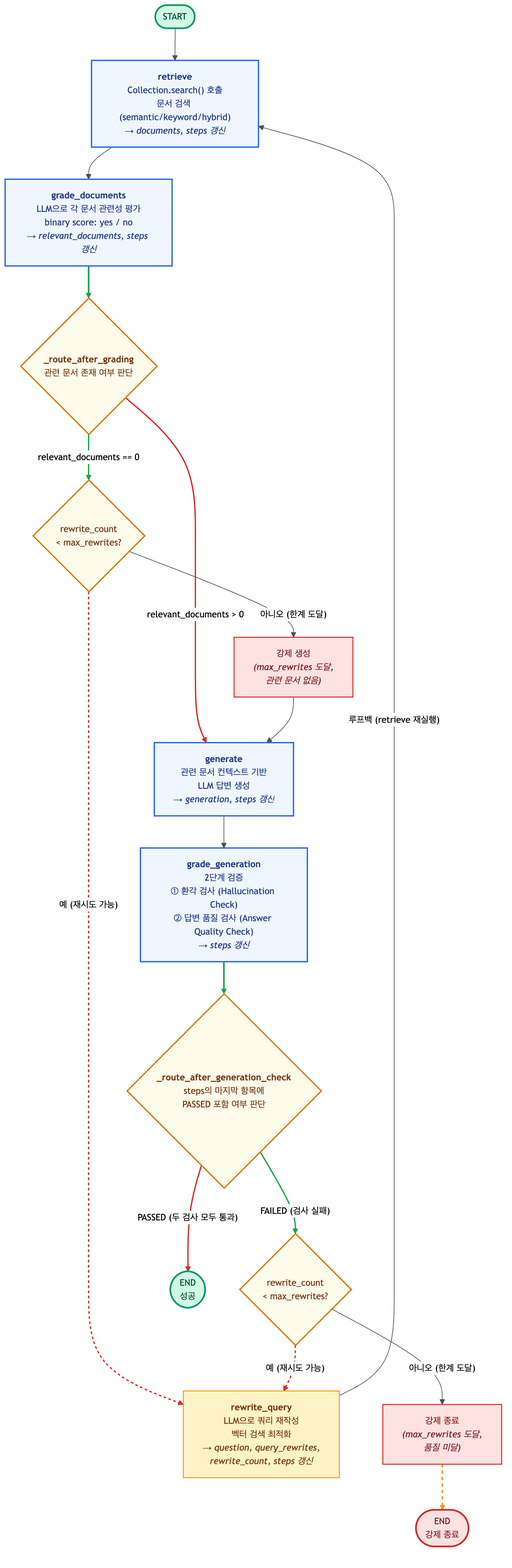
Earlier version of the Mermaid export docs/2.graph_execution_flow.png (junghyunJJ/sgcp-rag). Its source is kept beside it as docs/2.graph_execution_flow.mermaid. Source of this version:
```mermaid
%%{init: {'theme': 'neutral', 'themeVariables': {'primaryColor': '#f8f9fa', 'primaryBorderColor': '#495057', 'lineColor': '#495057', 'fontSize': '14px'}}}%%
flowchart TD
    START(["START"])

    RETRIEVE["<b>retrieve</b><br/>Collection.search() 호출<br/>문서 검색 (semantic/keyword/hybrid)<br/><i>→ documents, steps 갱신</i>"]

    GRADE_DOCS["<b>grade_documents</b><br/>LLM으로 각 문서 관련성 평가<br/>binary score: yes / no<br/><i>→ relevant_documents, steps 갱신</i>"]

    ROUTE_GRADE{"<b>_route_after_grading</b><br/>관련 문서 존재 여부 판단"}

    REWRITE["<b>rewrite_query</b><br/>LLM으로 쿼리 재작성<br/>벡터 검색 최적화<br/><i>→ question, query_rewrites,<br/>rewrite_count, steps 갱신</i>"]

    GENERATE["<b>generate</b><br/>관련 문서 컨텍스트 기반<br/>LLM 답변 생성<br/><i>→ generation, steps 갱신</i>"]

    GRADE_GEN["<b>grade_generation</b><br/>2단계 검증<br/>① 환각 검사 (Hallucination Check)<br/>② 답변 품질 검사 (Answer Quality Check)<br/><i>→ steps 갱신</i>"]

    ROUTE_GEN{"<b>_route_after_generation_check</b><br/>steps의 마지막 항목에<br/>PASSED 포함 여부 판단"}

    MAXCHECK_GRADE{"rewrite_count<br/>< max_rewrites?"}
    MAXCHECK_GEN{"rewrite_count<br/>< max_rewrites?"}

    FORCED_GEN["강제 생성<br/><i>(max_rewrites 도달,<br/>관련 문서 없음)</i>"]

    FORCED_END["강제 종료<br/><i>(max_rewrites 도달,<br/>품질 미달)</i>"]

    END_OK(["END<br/>성공"])
    END_FORCED(["END<br/>강제 종료"])

    START --> RETRIEVE
    RETRIEVE --> GRADE_DOCS
    GRADE_DOCS --> ROUTE_GRADE

    ROUTE_GRADE -->|"relevant_documents > 0"| GENERATE
    ROUTE_GRADE -->|"relevant_documents == 0"| MAXCHECK_GRADE

    MAXCHECK_GRADE -->|"예 (재시도 가능)"| REWRITE
    MAXCHECK_GRADE -->|"아니오 (한계 도달)"| FORCED_GEN

    FORCED_GEN --> GENERATE
    GENERATE --> GRADE_GEN
    GRADE_GEN --> ROUTE_GEN

    ROUTE_GEN -->|"PASSED (두 검사 모두 통과)"| END_OK
    ROUTE_GEN -->|"FAILED (검사 실패)"| MAXCHECK_GEN

    MAXCHECK_GEN -->|"예 (재시도 가능)"| REWRITE
    MAXCHECK_GEN -->|"아니오 (한계 도달)"| FORCED_END
    FORCED_END --> END_FORCED

    REWRITE -->|"루프백 (retrieve 재실행)"| RETRIEVE

    classDef startEnd fill:#d1fae5,stroke:#059669,stroke-width:2.5px,color:#064e3b
    classDef nodeStyle fill:#eff6ff,stroke:#2563eb,stroke-width:2px,color:#1e3a8a
    classDef decisionStyle fill:#fffbeb,stroke:#d97706,stroke-width:2px,color:#78350f
    classDef retryStyle fill:#fef3c7,stroke:#f59e0b,stroke-width:1.5px,color:#78350f
    classDef forcedStyle fill:#fee2e2,stroke:#dc2626,stroke-width:1.5px,color:#7f1d1d
    classDef endFail fill:#fee2e2,stroke:#dc2626,stroke-width:2.5px,color:#7f1d1d

    class START,END_OK startEnd
    class RETRIEVE,GRADE_DOCS,GENERATE,GRADE_GEN nodeStyle
    class ROUTE_GRADE,ROUTE_GEN,MAXCHECK_GRADE,MAXCHECK_GEN decisionStyle
    class REWRITE retryStyle
    class FORCED_GEN,FORCED_END forcedStyle
    class END_FORCED endFail

    linkStyle 2 stroke:#16a34a,stroke-width:2.5px
    linkStyle 3 stroke:#dc2626,stroke-width:2px
    linkStyle 4 stroke:#16a34a,stroke-width:2px
    linkStyle 5 stroke:#dc2626,stroke-width:2px,stroke-dasharray:4
    linkStyle 9 stroke:#16a34a,stroke-width:2.5px
    linkStyle 10 stroke:#dc2626,stroke-width:2px
    linkStyle 11 stroke:#16a34a,stroke-width:2px
    linkStyle 12 stroke:#dc2626,stroke-width:2px,stroke-dasharray:4
    linkStyle 14 stroke:#f59e0b,stroke-width:2.5px,stroke-dasharray:5
```
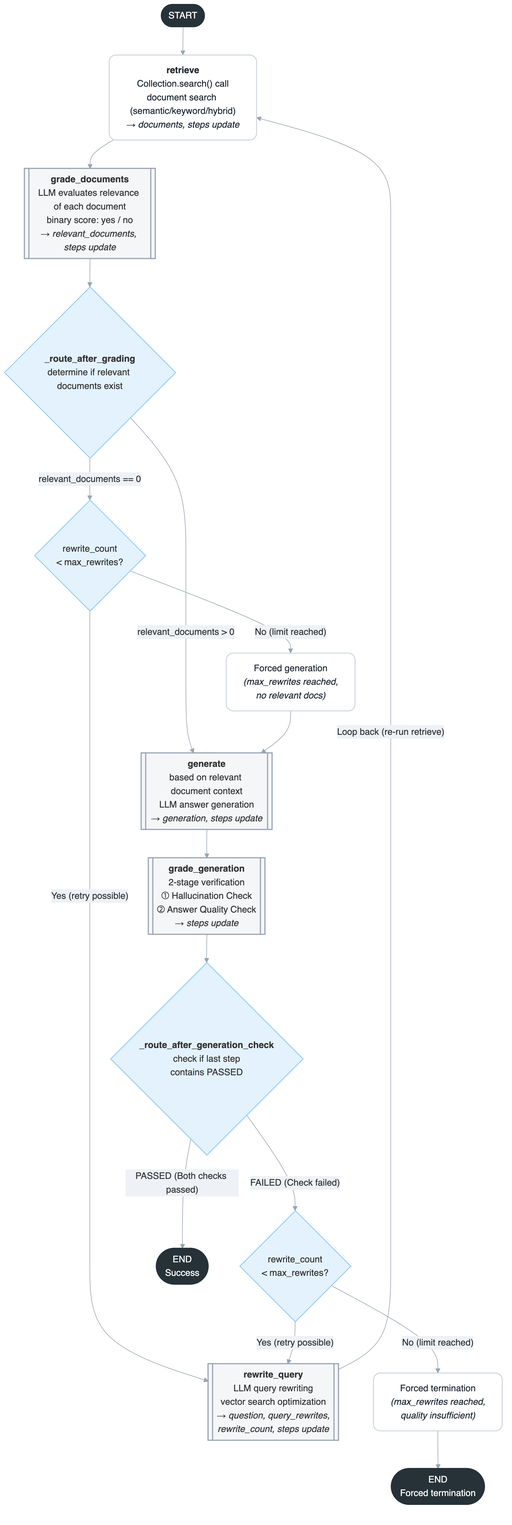
After the change.

Diff of the diagram source:
```diff
@@ -1,30 +1,40 @@
-%%{init: {'theme': 'neutral', 'themeVariables': {'primaryColor': '#f8f9fa', 'primaryBorderColor': '#495057', 'lineColor': '#495057', 'fontSize': '14px'}}}%%
+%%{init: {
+  "theme": "base",
+  "themeVariables": {
+    "fontFamily": "Helvetica, Arial",
+    "primaryColor": "#f5f7fa",
+    "primaryBorderColor": "#c9d1d9",
+    "lineColor": "#9aa4b2",
+    "secondaryColor": "#eef2f7",
+    "tertiaryColor": "#ffffff"
+  }
+}}%%
 flowchart TD
     START(["START"])
 
-    RETRIEVE["<b>retrieve</b><br/>Collection.search() 호출<br/>문서 검색 (semantic/keyword/hybrid)<br/><i>→ documents, steps 갱신</i>"]
+    RETRIEVE["<b>retrieve</b><br/>Collection.search() call<br/>document search (semantic/keyword/hybrid)<br/><i>→ documents, steps update</i>"]
 
-    GRADE_DOCS["<b>grade_documents</b><br/>LLM으로 각 문서 관련성 평가<br/>binary score: yes / no<br/><i>→ relevant_documents, steps 갱신</i>"]
+    GRADE_DOCS[["<b>grade_documents</b><br/>LLM evaluates relevance of each document<br/>binary score: yes / no<br/><i>→ relevant_documents, steps update</i>"]]
 
-    ROUTE_GRADE{"<b>_route_after_grading</b><br/>관련 문서 존재 여부 판단"}
+    ROUTE_GRADE{"<b>_route_after_grading</b><br/>determine if relevant documents exist"}
 
-    REWRITE["<b>rewrite_query</b><br/>LLM으로 쿼리 재작성<br/>벡터 검색 최적화<br/><i>→ question, query_rewrites,<br/>rewrite_count, steps 갱신</i>"]
+    REWRITE[["<b>rewrite_query</b><br/>LLM query rewriting<br/>vector search optimization<br/><i>→ question, query_rewrites,<br/>rewrite_count, steps update</i>"]]
 
-    GENERATE["<b>generate</b><br/>관련 문서 컨텍스트 기반<br/>LLM 답변 생성<br/><i>→ generation, steps 갱신</i>"]
+    GENERATE[["<b>generate</b><br/>based on relevant document context<br/>LLM answer generation<br/><i>→ generation, steps update</i>"]]
 
-    GRADE_GEN["<b>grade_generation</b><br/>2단계 검증<br/>① 환각 검사 (Hallucination Check)<br/>② 답변 품질 검사 (Answer Quality Check)<br/><i>→ steps 갱신</i>"]
+    GRADE_GEN[["<b>grade_generation</b><br/>2-stage verification<br/>① Hallucination Check<br/>② Answer Quality Check<br/><i>→ steps update</i>"]]
 
-    ROUTE_GEN{"<b>_route_after_generation_check</b><br/>steps의 마지막 항목에<br/>PASSED 포함 여부 판단"}
+    ROUTE_GEN{"<b>_route_after_generation_check</b><br/>check if last step<br/>contains PASSED"}
 
     MAXCHECK_GRADE{"rewrite_count<br/>< max_rewrites?"}
     MAXCHECK_GEN{"rewrite_count<br/>< max_rewrites?"}
 
-    FORCED_GEN["강제 생성<br/><i>(max_rewrites 도달,<br/>관련 문서 없음)</i>"]
+    FORCED_GEN["Forced generation<br/><i>(max_rewrites reached,<br/>no relevant docs)</i>"]
 
-    FORCED_END["강제 종료<br/><i>(max_rewrites 도달,<br/>품질 미달)</i>"]
+    FORCED_END["Forced termination<br/><i>(max_rewrites reached,<br/>quality insufficient)</i>"]
 
-    END_OK(["END<br/>성공"])
-    END_FORCED(["END<br/>강제 종료"])
+    END_OK(["END<br/>Success"])
+    END_FORCED(["END<br/>Forced termination"])
 
     START --> RETRIEVE
     RETRIEVE --> GRADE_DOCS
@@ -33,42 +43,29 @@
     ROUTE_GRADE -->|"relevant_documents > 0"| GENERATE
     ROUTE_GRADE -->|"relevant_documents == 0"| MAXCHECK_GRADE
 
-    MAXCHECK_GRADE -->|"예 (재시도 가능)"| REWRITE
-    MAXCHECK_GRADE -->|"아니오 (한계 도달)"| FORCED_GEN
+    MAXCHECK_GRADE -->|"Yes (retry possible)"| REWRITE
+    MAXCHECK_GRADE -->|"No (limit reached)"| FORCED_GEN
 
     FORCED_GEN --> GENERATE
     GENERATE --> GRADE_GEN
     GRADE_GEN --> ROUTE_GEN
 
-    ROUTE_GEN -->|"PASSED (두 검사 모두 통과)"| END_OK
-    ROUTE_GEN -->|"FAILED (검사 실패)"| MAXCHECK_GEN
+    ROUTE_GEN -->|"PASSED (Both checks passed)"| END_OK
+    ROUTE_GEN -->|"FAILED (Check failed)"| MAXCHECK_GEN
 
-    MAXCHECK_GEN -->|"예 (재시도 가능)"| REWRITE
-    MAXCHECK_GEN -->|"아니오 (한계 도달)"| FORCED_END
+    MAXCHECK_GEN -->|"Yes (retry possible)"| REWRITE
+    MAXCHECK_GEN -->|"No (limit reached)"| FORCED_END
     FORCED_END --> END_FORCED
 
-    REWRITE -->|"루프백 (retrieve 재실행)"| RETRIEVE
+    REWRITE -->|"Loop back (re-run retrieve)"| RETRIEVE
 
-    classDef startEnd fill:#d1fae5,stroke:#059669,stroke-width:2.5px,color:#064e3b
-    classDef nodeStyle fill:#eff6ff,stroke:#2563eb,stroke-width:2px,color:#1e3a8a
-    classDef decisionStyle fill:#fffbeb,stroke:#d97706,stroke-width:2px,color:#78350f
-    classDef retryStyle fill:#fef3c7,stroke:#f59e0b,stroke-width:1.5px,color:#78350f
-    classDef forcedStyle fill:#fee2e2,stroke:#dc2626,stroke-width:1.5px,color:#7f1d1d
-    classDef endFail fill:#fee2e2,stroke:#dc2626,stroke-width:2.5px,color:#7f1d1d
+    classDef module fill:#ffffff,stroke:#c9d1d9,stroke-width:1.5px,rx:12,ry:12,color:#1f2933
+    classDef decision fill:#e3f2fd,stroke:#90caf9,stroke-width:1.5px,rx:12,ry:12
+    classDef agent fill:#f4f6f8,stroke:#9aa4b2,stroke-width:2px,rx:18,ry:18
+    classDef tool fill:#eceff1,stroke:#b0bec5,stroke-width:1.2px,rx:10,ry:10
+    classDef terminal fill:#263238,color:#ffffff,stroke:#263238,stroke-width:2px,rx:15,ry:15
 
-    class START,END_OK startEnd
-    class RETRIEVE,GRADE_DOCS,GENERATE,GRADE_GEN nodeStyle
-    class ROUTE_GRADE,ROUTE_GEN,MAXCHECK_GRADE,MAXCHECK_GEN decisionStyle
-    class REWRITE retryStyle
-    class FORCED_GEN,FORCED_END forcedStyle
-    class END_FORCED endFail
-
-    linkStyle 2 stroke:#16a34a,stroke-width:2.5px
-    linkStyle 3 stroke:#dc2626,stroke-width:2px
-    linkStyle 4 stroke:#16a34a,stroke-width:2px
-    linkStyle 5 stroke:#dc2626,stroke-width:2px,stroke-dasharray:4
-    linkStyle 9 stroke:#16a34a,stroke-width:2.5px
-    linkStyle 10 stroke:#dc2626,stroke-width:2px
-    linkStyle 11 stroke:#16a34a,stroke-width:2px
-    linkStyle 12 stroke:#dc2626,stroke-width:2px,stroke-dasharray:4
-    linkStyle 14 stroke:#f59e0b,stroke-width:2.5px,stroke-dasharray:5
+    class START,END_OK,END_FORCED terminal
+    class GRADE_DOCS,REWRITE,GENERATE,GRADE_GEN agent
+    class RETRIEVE,FORCED_GEN,FORCED_END module
+    class ROUTE_GRADE,ROUTE_GEN,MAXCHECK_GRADE,MAXCHECK_GEN decision
```
